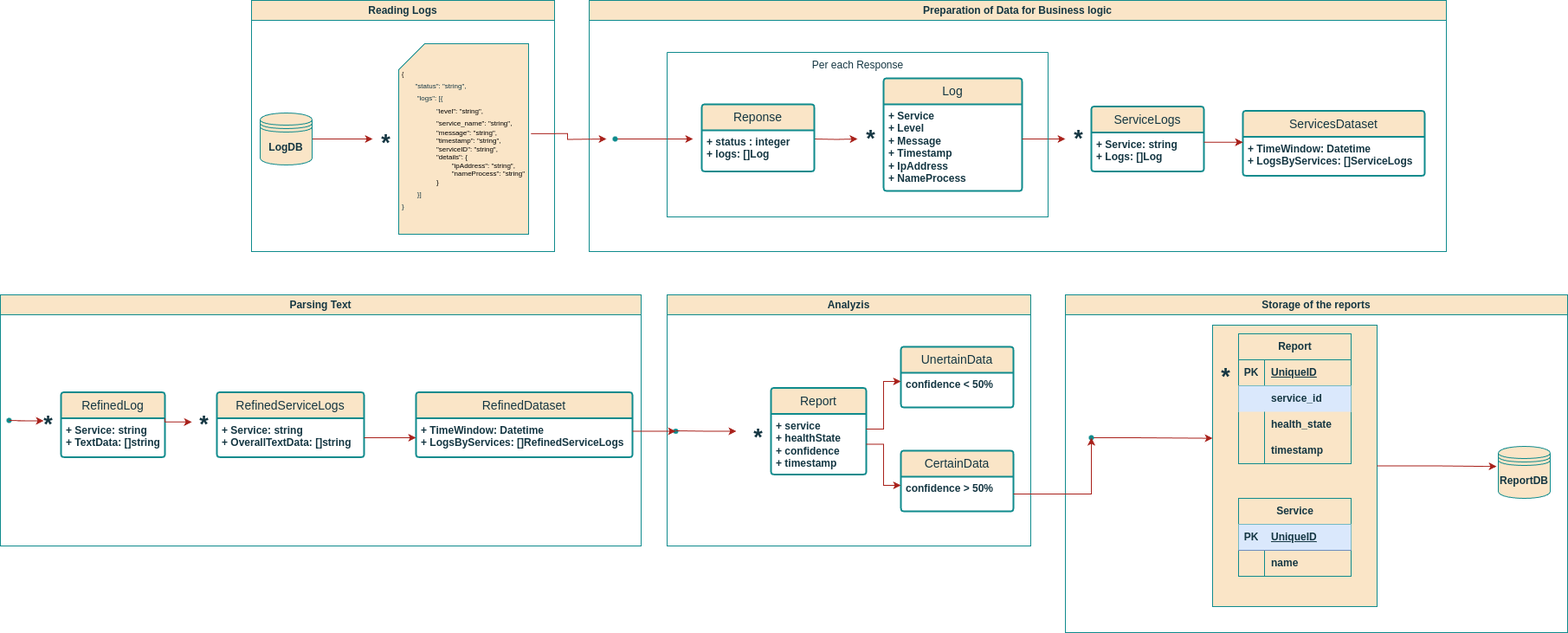
Earlier version of the draw.io export services/logging_agent/arch_diagrams/logical_view.png (John321Blacksmith/knowledge_base). Source tidied: cells renumbered, new cells last; positions are measured from the earlier drawing's top-left corner, leaving out a move shared by most shapes.
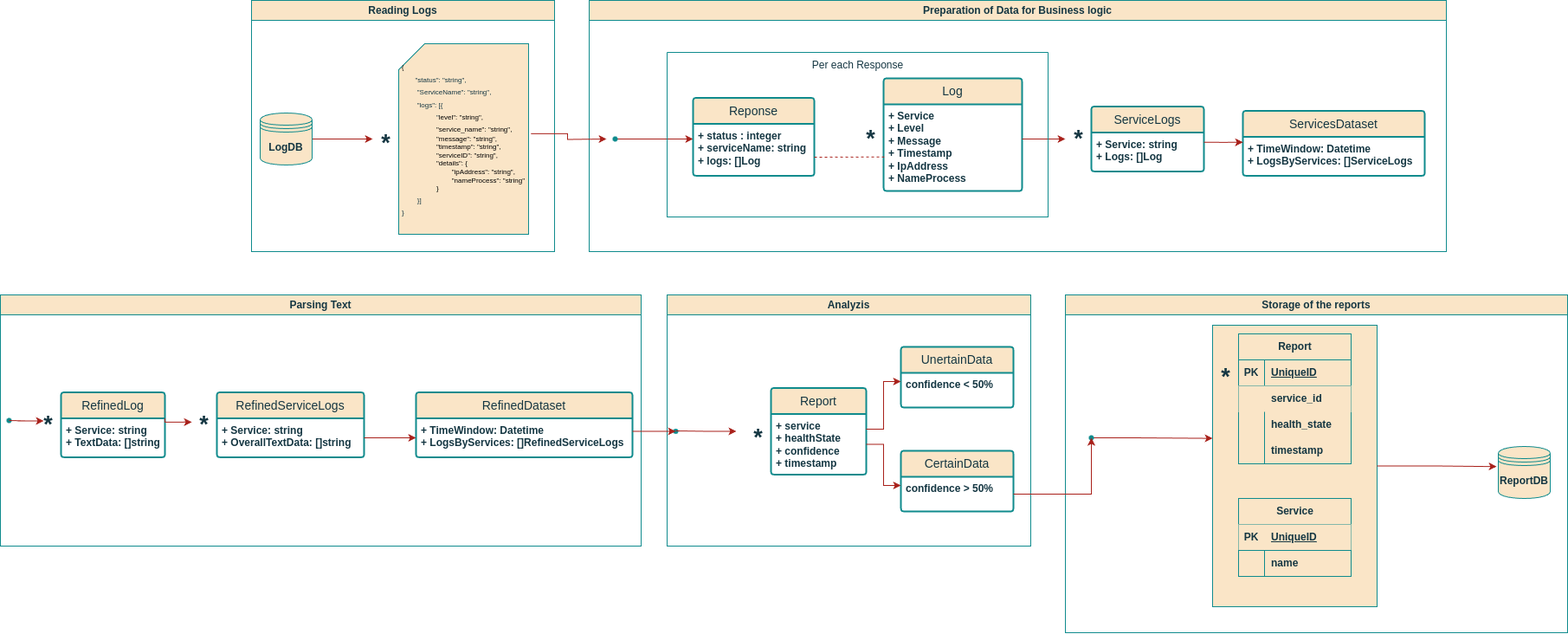
The same diagram one commit later.

Commit message:
feat: added service name

What changed in the source:
```diff
@@ -21,7 +21,7 @@
         <mxPoint x="510" y="160" as="targetPoint" />
       </mxGeometry>
     </mxCell>
-    <mxCell id="7" value="&lt;div style=&quot;text-align: left;&quot;&gt;&lt;span style=&quot;font-size: 7px; background-color: transparent; color: light-dark(rgb(0, 0, 0), rgb(255, 255, 255));&quot;&gt;{&lt;/span&gt;&lt;/div&gt;&lt;div style=&quot;text-align: left;&quot;&gt;&lt;font style=&quot;&quot;&gt;&lt;span style=&quot;font-size: 7px; white-space: pre;&quot;&gt;&#9;&lt;/span&gt;&lt;font style=&quot;font-size: 8px;&quot;&gt;&quot;status&quot;: &quot;string&quot;,&lt;br&gt;&lt;/font&gt;&lt;/font&gt;&lt;/div&gt;&lt;div style=&quot;text-align: left;&quot;&gt;&lt;font style=&quot;font-size: 8px;&quot;&gt;&lt;span style=&quot;white-space: pre;&quot;&gt;&#9;&lt;/span&gt;&quot;logs&quot;: [{&lt;/font&gt;&lt;/div&gt;&lt;blockquote style=&quot;margin: 0 0 0 40px; border: none; padding: 0px;&quot;&gt;&lt;div&gt;&lt;div style=&quot;text-align: left;&quot;&gt;&lt;font style=&quot;font-size: 8px;&quot;&gt;&lt;font style=&quot;&quot;&gt;&quot;&lt;/font&gt;&lt;span style=&quot;background-color: transparent; color: light-dark(rgb(0, 0, 0), rgb(255, 255, 255));&quot;&gt;level&quot;: &quot;string&quot;,&lt;/span&gt;&lt;/font&gt;&lt;/div&gt;&lt;div style=&quot;text-align: left;&quot;&gt;&lt;span style=&quot;background-color: transparent; color: light-dark(rgb(0, 0, 0), rgb(255, 255, 255));&quot;&gt;&lt;font style=&quot;font-size: 8px;&quot;&gt;&quot;service_name&quot;: &quot;string&quot;,&lt;/font&gt;&lt;/span&gt;&lt;/div&gt;&lt;/div&gt;&lt;div&gt;&lt;font style=&quot;font-size: 8px;&quot;&gt;&lt;div style=&quot;text-align: left;&quot;&gt;&lt;span style=&quot;background-color: transparent; color: light-dark(rgb(0, 0, 0), rgb(255, 255, 255));&quot;&gt;&quot;message&quot;: &quot;string&quot;,&lt;/span&gt;&lt;/div&gt;&lt;/font&gt;&lt;/div&gt;&lt;div&gt;&lt;font style=&quot;font-size: 8px;&quot;&gt;&lt;span style=&quot;background-color: transparent;&quot;&gt;&lt;div style=&quot;text-align: left;&quot;&gt;&lt;span style=&quot;background-color: transparent; color: light-dark(rgb(0, 0, 0), rgb(255, 255, 255));&quot;&gt;&quot;timestamp&quot;:&amp;nbsp;&lt;/span&gt;&lt;span style=&quot;background-color: transparent; color: light-dark(rgb(0, 0, 0), rgb(255, 255, 255));&quot;&gt;&quot;string&quot;&lt;/span&gt;&lt;span style=&quot;background-color: transparent; color: light-dark(rgb(0, 0, 0), rgb(255, 255, 255));&quot;&gt;,&lt;/span&gt;&lt;/div&gt;&lt;/span&gt;&lt;/font&gt;&lt;/div&gt;&lt;div&gt;&lt;font style=&quot;font-size: 8px;&quot;&gt;&lt;span style=&quot;background-color: transparent;&quot;&gt;&lt;div style=&quot;text-align: left;&quot;&gt;&lt;span style=&quot;background-color: transparent; color: light-dark(rgb(0, 0, 0), rgb(255, 255, 255));&quot;&gt;&quot;serviceID&quot;:&amp;nbsp;&lt;/span&gt;&lt;span style=&quot;background-color: transparent; color: light-dark(rgb(0, 0, 0), rgb(255, 255, 255));&quot;&gt;&quot;string&quot;&lt;/span&gt;&lt;span style=&quot;background-color: transparent; color: light-dark(rgb(0, 0, 0), rgb(255, 255, 255));&quot;&gt;,&lt;/span&gt;&lt;/div&gt;&lt;/span&gt;&lt;/font&gt;&lt;/div&gt;&lt;div&gt;&lt;font style=&quot;font-size: 8px;&quot;&gt;&lt;span style=&quot;background-color: transparent;&quot;&gt;&lt;div style=&quot;text-align: left;&quot;&gt;&lt;span style=&quot;background-color: transparent; color: light-dark(rgb(0, 0, 0), rgb(255, 255, 255));&quot;&gt;&quot;details&quot;: {&lt;/span&gt;&lt;/div&gt;&lt;div style=&quot;text-align: left;&quot;&gt;&lt;span style=&quot;background-color: transparent; color: light-dark(rgb(0, 0, 0), rgb(255, 255, 255));&quot;&gt;&lt;span style=&quot;white-space: pre;&quot;&gt;&#9;&lt;/span&gt;&quot;ipAddress&quot;: &quot;string&quot;,&lt;br&gt;&lt;/span&gt;&lt;/div&gt;&lt;div style=&quot;text-align: left;&quot;&gt;&lt;span style=&quot;background-color: transparent; color: light-dark(rgb(0, 0, 0), rgb(255, 255, 255));&quot;&gt;&lt;span style=&quot;white-space: pre;&quot;&gt;&#9;&lt;/span&gt;&quot;nameProcess&quot;: &quot;string&quot;&lt;br&gt;&lt;/span&gt;&lt;/div&gt;&lt;div style=&quot;text-align: left;&quot;&gt;&lt;span style=&quot;background-color: transparent; color: light-dark(rgb(0, 0, 0), rgb(255, 255, 255));&quot;&gt;}&lt;/span&gt;&lt;/div&gt;&lt;/span&gt;&lt;/font&gt;&lt;/div&gt;&lt;/blockquote&gt;&lt;div style=&quot;text-align: left;&quot;&gt;&lt;font style=&quot;font-size: 8px;&quot;&gt;&lt;span style=&quot;white-space: pre;&quot;&gt;&#9;&lt;/span&gt;}]&lt;/font&gt;&lt;/div&gt;&lt;div style=&quot;text-align: left;&quot;&gt;&lt;font style=&quot;font-size: 8px;&quot;&gt;}&lt;/font&gt;&lt;/div&gt;" style="shape=card;whiteSpace=wrap;html=1;fillColor=#FAE5C7;strokeColor=#0F8B8D;labelBackgroundColor=none;fontColor=#143642;" parent="2" vertex="1">
+    <mxCell id="7" value="&lt;div style=&quot;text-align: left;&quot;&gt;&lt;span style=&quot;font-size: 7px; background-color: transparent; color: light-dark(rgb(0, 0, 0), rgb(255, 255, 255));&quot;&gt;{&lt;/span&gt;&lt;/div&gt;&lt;div style=&quot;text-align: left;&quot;&gt;&lt;font style=&quot;&quot;&gt;&lt;span style=&quot;font-size: 7px; white-space: pre;&quot;&gt;&#9;&lt;/span&gt;&lt;font style=&quot;font-size: 8px;&quot;&gt;&quot;status&quot;: &quot;string&quot;,&lt;br&gt;&lt;/font&gt;&lt;/font&gt;&lt;/div&gt;&lt;div style=&quot;text-align: left;&quot;&gt;&lt;font style=&quot;&quot;&gt;&lt;font style=&quot;font-size: 8px;&quot;&gt;&lt;span style=&quot;white-space: pre;&quot;&gt;&#9;&lt;/span&gt;&quot;ServiceName&quot;: &quot;string&quot;,&lt;br&gt;&lt;/font&gt;&lt;/font&gt;&lt;/div&gt;&lt;div style=&quot;text-align: left;&quot;&gt;&lt;font style=&quot;font-size: 8px;&quot;&gt;&lt;span style=&quot;white-space: pre;&quot;&gt;&#9;&lt;/span&gt;&quot;logs&quot;: [{&lt;/font&gt;&lt;/div&gt;&lt;blockquote style=&quot;margin: 0 0 0 40px; border: none; padding: 0px;&quot;&gt;&lt;div&gt;&lt;div style=&quot;text-align: left;&quot;&gt;&lt;font style=&quot;font-size: 8px;&quot;&gt;&lt;font style=&quot;&quot;&gt;&quot;&lt;/font&gt;&lt;span style=&quot;background-color: transparent; color: light-dark(rgb(0, 0, 0), rgb(255, 255, 255));&quot;&gt;level&quot;: &quot;string&quot;,&lt;/span&gt;&lt;/font&gt;&lt;/div&gt;&lt;div style=&quot;text-align: left;&quot;&gt;&lt;span style=&quot;background-color: transparent; color: light-dark(rgb(0, 0, 0), rgb(255, 255, 255));&quot;&gt;&lt;font style=&quot;font-size: 8px;&quot;&gt;&quot;service_name&quot;: &quot;string&quot;,&lt;/font&gt;&lt;/span&gt;&lt;/div&gt;&lt;/div&gt;&lt;div&gt;&lt;font style=&quot;font-size: 8px;&quot;&gt;&lt;div style=&quot;text-align: left;&quot;&gt;&lt;span style=&quot;background-color: transparent; color: light-dark(rgb(0, 0, 0), rgb(255, 255, 255));&quot;&gt;&quot;message&quot;: &quot;string&quot;,&lt;/span&gt;&lt;/div&gt;&lt;/font&gt;&lt;/div&gt;&lt;div&gt;&lt;font style=&quot;font-size: 8px;&quot;&gt;&lt;span style=&quot;background-color: transparent;&quot;&gt;&lt;div style=&quot;text-align: left;&quot;&gt;&lt;span style=&quot;background-color: transparent; color: light-dark(rgb(0, 0, 0), rgb(255, 255, 255));&quot;&gt;&quot;timestamp&quot;:&amp;nbsp;&lt;/span&gt;&lt;span style=&quot;background-color: transparent; color: light-dark(rgb(0, 0, 0), rgb(255, 255, 255));&quot;&gt;&quot;string&quot;&lt;/span&gt;&lt;span style=&quot;background-color: transparent; color: light-dark(rgb(0, 0, 0), rgb(255, 255, 255));&quot;&gt;,&lt;/span&gt;&lt;/div&gt;&lt;/span&gt;&lt;/font&gt;&lt;/div&gt;&lt;div&gt;&lt;font style=&quot;font-size: 8px;&quot;&gt;&lt;span style=&quot;background-color: transparent;&quot;&gt;&lt;div style=&quot;text-align: left;&quot;&gt;&lt;span style=&quot;background-color: transparent; color: light-dark(rgb(0, 0, 0), rgb(255, 255, 255));&quot;&gt;&quot;serviceID&quot;:&amp;nbsp;&lt;/span&gt;&lt;span style=&quot;background-color: transparent; color: light-dark(rgb(0, 0, 0), rgb(255, 255, 255));&quot;&gt;&quot;string&quot;&lt;/span&gt;&lt;span style=&quot;background-color: transparent; color: light-dark(rgb(0, 0, 0), rgb(255, 255, 255));&quot;&gt;,&lt;/span&gt;&lt;/div&gt;&lt;/span&gt;&lt;/font&gt;&lt;/div&gt;&lt;div&gt;&lt;font style=&quot;font-size: 8px;&quot;&gt;&lt;span style=&quot;background-color: transparent;&quot;&gt;&lt;div style=&quot;text-align: left;&quot;&gt;&lt;span style=&quot;background-color: transparent; color: light-dark(rgb(0, 0, 0), rgb(255, 255, 255));&quot;&gt;&quot;details&quot;: {&lt;/span&gt;&lt;/div&gt;&lt;div style=&quot;text-align: left;&quot;&gt;&lt;span style=&quot;background-color: transparent; color: light-dark(rgb(0, 0, 0), rgb(255, 255, 255));&quot;&gt;&lt;span style=&quot;white-space: pre;&quot;&gt;&#9;&lt;/span&gt;&quot;ipAddress&quot;: &quot;string&quot;,&lt;br&gt;&lt;/span&gt;&lt;/div&gt;&lt;div style=&quot;text-align: left;&quot;&gt;&lt;span style=&quot;background-color: transparent; color: light-dark(rgb(0, 0, 0), rgb(255, 255, 255));&quot;&gt;&lt;span style=&quot;white-space: pre;&quot;&gt;&#9;&lt;/span&gt;&quot;nameProcess&quot;: &quot;string&quot;&lt;br&gt;&lt;/span&gt;&lt;/div&gt;&lt;div style=&quot;text-align: left;&quot;&gt;&lt;span style=&quot;background-color: transparent; color: light-dark(rgb(0, 0, 0), rgb(255, 255, 255));&quot;&gt;}&lt;/span&gt;&lt;/div&gt;&lt;/span&gt;&lt;/font&gt;&lt;/div&gt;&lt;/blockquote&gt;&lt;div style=&quot;text-align: left;&quot;&gt;&lt;font style=&quot;font-size: 8px;&quot;&gt;&lt;span style=&quot;white-space: pre;&quot;&gt;&#9;&lt;/span&gt;}]&lt;/font&gt;&lt;/div&gt;&lt;div style=&quot;text-align: left;&quot;&gt;&lt;font style=&quot;font-size: 8px;&quot;&gt;}&lt;/font&gt;&lt;/div&gt;" style="shape=card;whiteSpace=wrap;html=1;fillColor=#FAE5C7;strokeColor=#0F8B8D;labelBackgroundColor=none;fontColor=#143642;" parent="2" vertex="1">
       <mxGeometry x="170" y="50" width="150" height="220" as="geometry" />
     </mxCell>
     <mxCell id="8" value="Preparation of Data for Business logic" style="swimlane;whiteSpace=wrap;html=1;labelBackgroundColor=none;fillColor=#FAE5C7;strokeColor=#0F8B8D;fontColor=#143642;" parent="1" vertex="1">
@@ -30,11 +30,6 @@
     <mxCell id="9" value="&lt;font style=&quot;font-size: 27px;&quot;&gt;*&lt;/font&gt;" style="text;html=1;align=center;verticalAlign=middle;points=[];strokeColor=none;fillColor=none;fontFamily=Helvetica;fontSize=12;fontColor=#143642;fontStyle=1;labelBackgroundColor=none;" parent="8" vertex="1">
       <mxGeometry x="550" y="135" width="30" height="50" as="geometry" />
     </mxCell>
-    <mxCell id="10" style="edgeStyle=orthogonalEdgeStyle;rounded=0;jettySize=auto;html=1;fontFamily=Helvetica;fontSize=12;fontColor=default;fontStyle=1;labelBackgroundColor=none;strokeColor=#A8201A;" parent="8" edge="1" target="21">
-      <mxGeometry relative="1" as="geometry">
-        <mxPoint x="260" y="160" as="sourcePoint" />
-      </mxGeometry>
-    </mxCell>
     <mxCell id="11" style="shape=waypoint;sketch=0;fillStyle=solid;size=6;points=[];fillColor=none;perimeter=centerPerimeter;snapToPoint=1;strokeColor=#0F8B8D;align=center;verticalAlign=middle;fontFamily=Helvetica;fontSize=12;fontColor=#143642;fontStyle=1;labelBackgroundColor=none;" parent="8" vertex="1">
       <mxGeometry x="20" y="150" width="20" height="20" as="geometry" />
     </mxCell>
@@ -77,12 +72,6 @@
     <mxCell id="21" value="&lt;font style=&quot;font-size: 27px;&quot;&gt;*&lt;/font&gt;" style="text;html=1;align=center;verticalAlign=middle;points=[];strokeColor=none;fillColor=none;fontFamily=Helvetica;fontSize=12;fontColor=#143642;fontStyle=1;labelBackgroundColor=none;" parent="8" vertex="1">
       <mxGeometry x="310" y="135" width="30" height="50" as="geometry" />
     </mxCell>
-    <mxCell id="22" value="Reponse" style="swimlane;horizontal=1;startSize=30;rounded=1;fontSize=14;fontStyle=0;strokeWidth=2;shadow=0;dashed=0;align=center;arcSize=4;whiteSpace=wrap;html=1;strokeColor=#0F8B8D;verticalAlign=middle;fontFamily=Helvetica;fontColor=#143642;fillColor=#FAE5C7;labelBackgroundColor=none;" parent="8" vertex="1">
-      <mxGeometry x="130" y="120" width="130" height="77.5" as="geometry" />
-    </mxCell>
-    <mxCell id="23" value="&lt;div&gt;+ status : integer&lt;/div&gt;+ logs: []Log" style="align=left;strokeColor=none;fillColor=none;spacingLeft=4;spacingRight=4;fontSize=12;verticalAlign=top;html=1;whiteSpace=wrap;fontFamily=Helvetica;fontColor=#143642;fontStyle=1;labelBackgroundColor=none;" parent="22" vertex="1">
-      <mxGeometry y="30" width="130" height="47.5" as="geometry" />
-    </mxCell>
     <mxCell id="24" value="Parsing Text" style="swimlane;whiteSpace=wrap;html=1;labelBackgroundColor=none;fillColor=#FAE5C7;strokeColor=#0F8B8D;fontColor=#143642;" parent="1" vertex="1">
       <mxGeometry y="340" width="740" height="290" as="geometry" />
     </mxCell>
@@ -186,7 +175,7 @@
     <mxCell id="53" value="UniqueID" style="shape=partialRectangle;fillColor=none;top=0;left=0;bottom=0;right=0;align=left;spacingLeft=6;fontStyle=5;overflow=hidden;whiteSpace=wrap;html=1;strokeColor=#0F8B8D;verticalAlign=middle;fontFamily=Helvetica;fontSize=12;fontColor=#143642;labelBackgroundColor=none;" parent="51" vertex="1">
       <mxGeometry x="30" width="100" height="30" as="geometry" />
     </mxCell>
-    <mxCell id="54" style="shape=tableRow;horizontal=0;startSize=0;swimlaneHead=0;swimlaneBody=0;fillColor=#dae8fc;top=0;left=0;right=0;bottom=0;strokeColor=#6c8ebf;align=center;verticalAlign=middle;fontFamily=Helvetica;fontSize=12;fontStyle=1;labelBackgroundColor=none;" parent="50" vertex="1">
+    <mxCell id="54" style="shape=tableRow;horizontal=0;startSize=0;swimlaneHead=0;swimlaneBody=0;fillColor=#FAE5C7;top=0;left=0;right=0;bottom=0;strokeColor=#0F8B8D;align=center;verticalAlign=middle;fontFamily=Helvetica;fontSize=12;fontStyle=1;labelBackgroundColor=none;fontColor=#143642;" parent="50" vertex="1">
       <mxGeometry y="60" width="130" height="30" as="geometry" />
     </mxCell>
     <mxCell id="55" style="shape=partialRectangle;fillColor=none;top=0;left=0;bottom=0;right=0;overflow=hidden;whiteSpace=wrap;html=1;strokeColor=#0F8B8D;align=center;verticalAlign=middle;fontFamily=Helvetica;fontSize=12;fontColor=#143642;fontStyle=1;labelBackgroundColor=none;" parent="54" vertex="1">
@@ -225,7 +214,7 @@
     <mxCell id="66" value="Service" style="shape=table;startSize=30;rowLines=0;fontStyle=1;align=center;html=1;strokeColor=#0F8B8D;verticalAlign=middle;fontFamily=Helvetica;fontSize=12;fontColor=#143642;fillColor=#FAE5C7;labelBackgroundColor=none;" parent="46" vertex="1">
       <mxGeometry x="200" y="235" width="130" height="90" as="geometry" />
     </mxCell>
-    <mxCell id="67" style="shape=tableRow;horizontal=0;startSize=0;swimlaneHead=0;swimlaneBody=0;fillColor=#dae8fc;top=0;left=0;right=0;bottom=1;strokeColor=#6c8ebf;align=center;verticalAlign=middle;fontFamily=Helvetica;fontSize=12;fontStyle=1;labelBackgroundColor=none;" parent="66" vertex="1">
+    <mxCell id="67" style="shape=tableRow;horizontal=0;startSize=0;swimlaneHead=0;swimlaneBody=0;fillColor=#FAE5C7;top=0;left=0;right=0;bottom=1;strokeColor=#0F8B8D;align=center;verticalAlign=middle;fontFamily=Helvetica;fontSize=12;fontStyle=1;labelBackgroundColor=none;fontColor=#143642;" parent="66" vertex="1">
       <mxGeometry y="30" width="130" height="30" as="geometry" />
     </mxCell>
     <mxCell id="68" value="PK" style="shape=partialRectangle;fillColor=none;top=0;left=0;bottom=0;right=0;fontStyle=1;overflow=hidden;whiteSpace=wrap;html=1;strokeColor=#0F8B8D;align=center;verticalAlign=middle;fontFamily=Helvetica;fontSize=12;fontColor=#143642;labelBackgroundColor=none;" parent="67" vertex="1">
@@ -261,12 +250,23 @@
     <mxCell id="78" value="Per each Response" style="text;html=1;align=center;verticalAlign=middle;strokeColor=none;fillColor=none;labelBackgroundColor=none;fontColor=#143642;" parent="77" vertex="1">
       <mxGeometry x="155" width="130" height="30" as="geometry" />
     </mxCell>
+    <mxCell id="22" value="Reponse" style="swimlane;horizontal=1;startSize=30;rounded=1;fontSize=14;fontStyle=0;strokeWidth=2;shadow=0;dashed=0;align=center;arcSize=4;whiteSpace=wrap;html=1;strokeColor=#0F8B8D;verticalAlign=middle;fontFamily=Helvetica;fontColor=#143642;fillColor=#FAE5C7;labelBackgroundColor=none;" parent="77" vertex="1">
+      <mxGeometry x="30" y="52.5" width="140" height="90" as="geometry" />
+    </mxCell>
+    <mxCell id="23" value="&lt;div&gt;+ status : integer&lt;/div&gt;&lt;div&gt;+ serviceName: string&lt;/div&gt;+ logs: []Log" style="align=left;strokeColor=none;fillColor=none;spacingLeft=4;spacingRight=4;fontSize=12;verticalAlign=top;html=1;whiteSpace=wrap;fontFamily=Helvetica;fontColor=#143642;fontStyle=1;labelBackgroundColor=none;" parent="22" vertex="1">
+      <mxGeometry y="30" width="140" height="60" as="geometry" />
+    </mxCell>
-    <mxCell id="79" style="edgeStyle=orthogonalEdgeStyle;rounded=0;jettySize=auto;html=1;strokeColor=#A8201A;fontColor=#143642;fillColor=#FAE5C7;" parent="1" edge="1" source="35" target="40">
+    <mxCell id="79" style="edgeStyle=orthogonalEdgeStyle;rounded=0;jettySize=auto;html=1;strokeColor=#A8201A;fontColor=default;fillColor=#FAE5C7;labelBackgroundColor=none;" parent="1" edge="1" source="35" target="40">
       <mxGeometry relative="1" as="geometry">
         <Array as="points">
           <mxPoint x="760" y="498" />
         </Array>
       </mxGeometry>
     </mxCell>
+    <mxCell id="80" style="endArrow=none;dashed=1;html=1;rounded=0;entryX=1.047;entryY=0.914;entryDx=0;entryDy=0;entryPerimeter=0;labelBackgroundColor=none;strokeColor=#A8201A;fontColor=default;" parent="1" edge="1" target="21">
+      <mxGeometry relative="1" as="geometry">
+        <mxPoint x="940" y="181" as="sourcePoint" />
+      </mxGeometry>
+    </mxCell>
   </root>
 </mxGraphModel>
```
